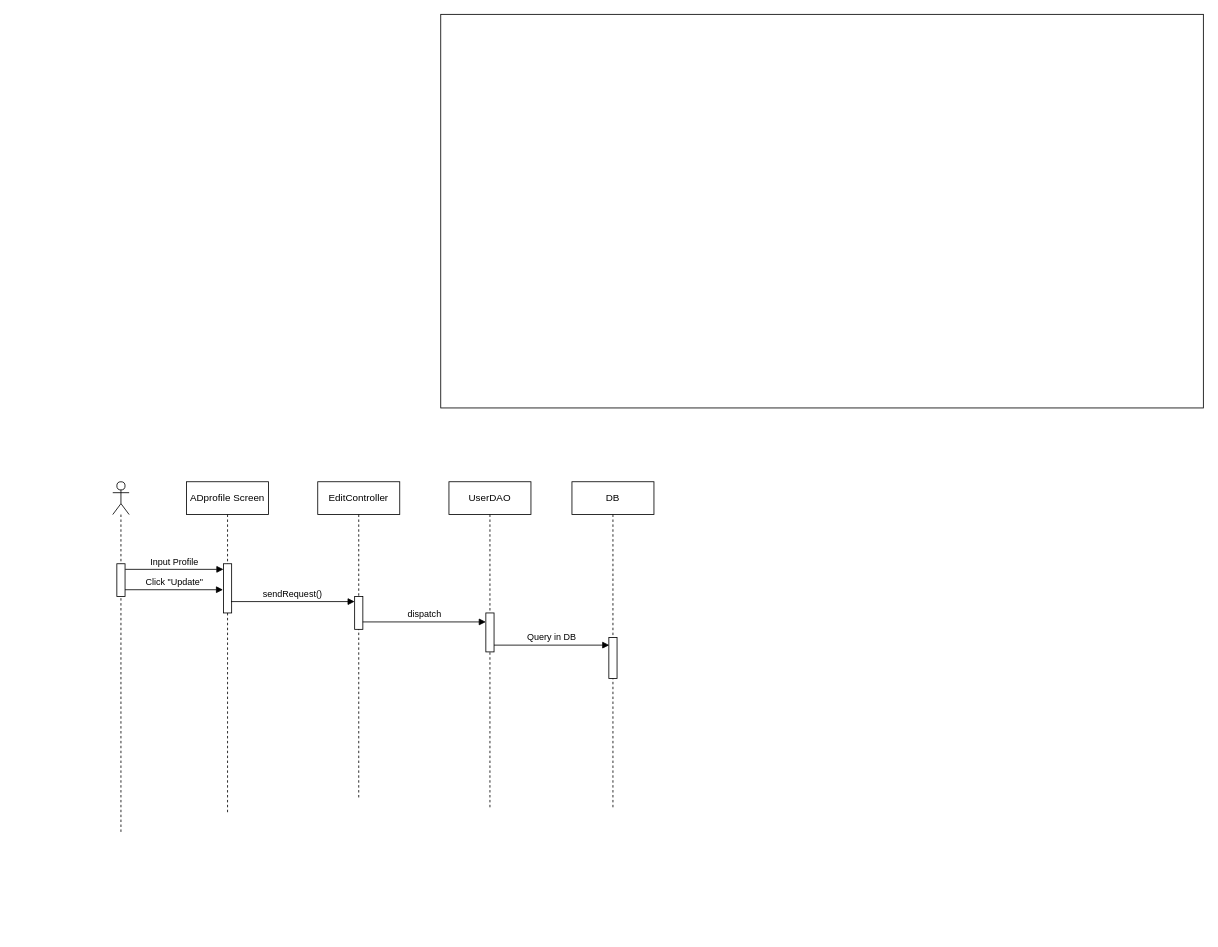
Above: page "Page-6" (6 of 6) of te1.drawio in baspdd/desktop-tutorial (draw.io), before the change. Source tidied: cells renumbered, new cells numbered last; positions are measured from the earlier drawing's top-left corner, leaving out a move shared by most shapes. Both pictures are drawn from the tidied source at 82%, with x=0, y=0 at pixel (112, 14).
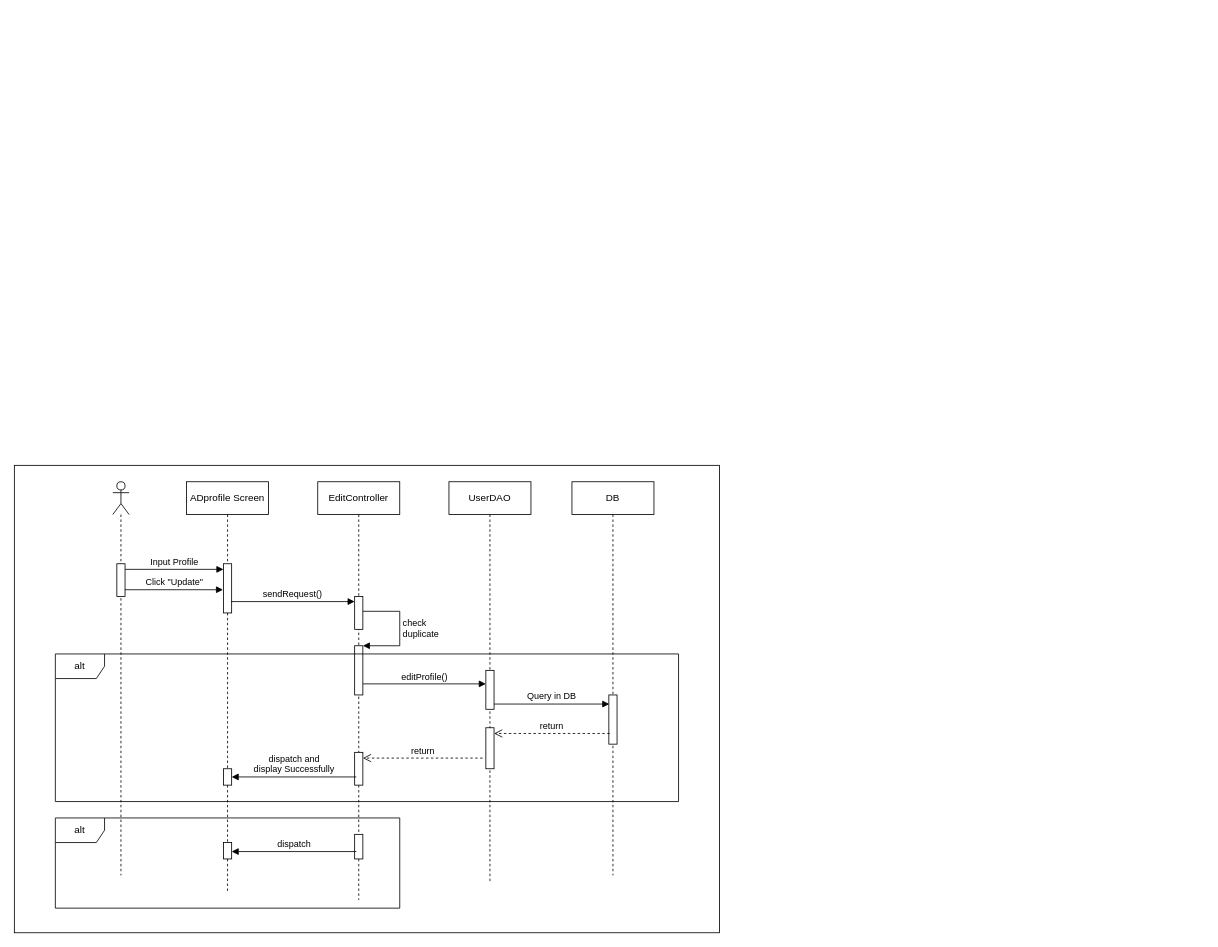
After the change.

The change refers to these unchanged cells:
```xml
<mxCell id="8" style="html=1;points=[];perimeter=orthogonalPerimeter;" parent="7" vertex="1">
  <mxGeometry x="45" y="140" width="10" height="40" as="geometry" />
</mxCell>
```

What changed in the source:
```diff
@@
-    <mxCell id="2" style="rounded=0;whiteSpace=wrap;html=1;" parent="1" vertex="1">
-      <mxGeometry x="400" width="930" height="480" as="geometry" />
-    </mxCell>
+    <mxCell id="18" style="rounded=0;whiteSpace=wrap;html=1;" parent="1" vertex="1">
+      <mxGeometry x="-120" y="550" width="860" height="570" as="geometry" />
+    </mxCell>
     <mxCell id="3" style="shape=umlLifeline;participant=umlActor;perimeter=lifelinePerimeter;whiteSpace=wrap;html=1;verticalAlign=top;spacingTop=36;" parent="1" vertex="1">
-      <mxGeometry y="570" width="20" height="430" as="geometry" />
+      <mxGeometry y="570" width="20" height="480" as="geometry" />
     </mxCell>
@@
     <mxCell id="5" value="ADprofile Screen" style="shape=umlLifeline;perimeter=lifelinePerimeter;whiteSpace=wrap;html=1;" parent="1" vertex="1">
-      <mxGeometry x="90" y="570" width="100" height="405" as="geometry" />
+      <mxGeometry x="90" y="570" width="100" height="500" as="geometry" />
     </mxCell>
@@
+    <mxCell id="19" style="html=1;points=[];perimeter=orthogonalPerimeter;" parent="5" vertex="1">
+      <mxGeometry x="45" y="350" width="10" height="20" as="geometry" />
+    </mxCell>
+    <mxCell id="20" style="html=1;points=[];perimeter=orthogonalPerimeter;" parent="5" vertex="1">
+      <mxGeometry x="45" y="440" width="10" height="20" as="geometry" />
+    </mxCell>
     <mxCell id="7" value="EditController" style="shape=umlLifeline;perimeter=lifelinePerimeter;whiteSpace=wrap;html=1;" parent="1" vertex="1">
-      <mxGeometry x="250" y="570" width="100" height="385" as="geometry" />
+      <mxGeometry x="250" y="570" width="100" height="510" as="geometry" />
     </mxCell>
@@
+    <mxCell id="21" style="html=1;points=[];perimeter=orthogonalPerimeter;" parent="7" vertex="1">
+      <mxGeometry x="45" y="330" width="10" height="40" as="geometry" />
+    </mxCell>
+    <mxCell id="22" style="html=1;points=[];perimeter=orthogonalPerimeter;" parent="7" vertex="1">
+      <mxGeometry x="45" y="200" width="10" height="60" as="geometry" />
+    </mxCell>
+    <mxCell id="23" value="check &lt;br&gt;duplicate" style="edgeStyle=orthogonalEdgeStyle;html=1;align=left;spacingLeft=2;endArrow=block;rounded=0;entryX=1;entryY=0;exitX=1;exitY=0.45;exitDx=0;exitDy=0;exitPerimeter=0;" parent="7" edge="1" source="8" target="22">
+      <mxGeometry relative="1" as="geometry">
+        <Array as="points">
+          <mxPoint x="100" y="158" />
+          <mxPoint x="100" y="200" />
+        </Array>
+      </mxGeometry>
+    </mxCell>
+    <mxCell id="24" style="html=1;points=[];perimeter=orthogonalPerimeter;" parent="7" vertex="1">
+      <mxGeometry x="45" y="430" width="10" height="30" as="geometry" />
+    </mxCell>
     <mxCell id="9" value="UserDAO" style="shape=umlLifeline;perimeter=lifelinePerimeter;whiteSpace=wrap;html=1;" parent="1" vertex="1">
-      <mxGeometry x="410" y="570" width="100" height="400" as="geometry" />
+      <mxGeometry x="410" y="570" width="100" height="490" as="geometry" />
     </mxCell>
     <mxCell id="10" style="html=1;points=[];perimeter=orthogonalPerimeter;" parent="9" vertex="1">
-      <mxGeometry x="45" y="160" width="10" height="47.5" as="geometry" />
+      <mxGeometry x="45" y="230" width="10" height="47.5" as="geometry" />
     </mxCell>
+    <mxCell id="25" style="html=1;points=[];perimeter=orthogonalPerimeter;" parent="9" vertex="1">
+      <mxGeometry x="45" y="300" width="10" height="50" as="geometry" />
+    </mxCell>
     <mxCell id="11" value="DB" style="shape=umlLifeline;perimeter=lifelinePerimeter;whiteSpace=wrap;html=1;" parent="1" vertex="1">
-      <mxGeometry x="560" y="570" width="100" height="400" as="geometry" />
+      <mxGeometry x="560" y="570" width="100" height="480" as="geometry" />
     </mxCell>
-    <mxCell id="12" style="html=1;points=[];perimeter=orthogonalPerimeter;" parent="11" vertex="1">
-      <mxGeometry x="45" y="190" width="10" height="50" as="geometry" />
-    </mxCell>
+    <mxCell id="26" style="html=1;points=[];perimeter=orthogonalPerimeter;" parent="11" vertex="1">
+      <mxGeometry x="45" y="260" width="10" height="60" as="geometry" />
+    </mxCell>
@@
-    <mxCell id="16" value="dispatch" style="html=1;verticalAlign=bottom;endArrow=block;rounded=0;exitX=0.986;exitY=0.774;exitDx=0;exitDy=0;exitPerimeter=0;" parent="1" edge="1" source="8" target="10">
+    <mxCell id="16" value="editProfile()" style="html=1;verticalAlign=bottom;endArrow=block;rounded=0;exitX=1;exitY=0.775;exitDx=0;exitDy=0;exitPerimeter=0;" parent="1" edge="1" source="22" target="10">
       <mxGeometry relative="1" as="geometry" />
     </mxCell>
-    <mxCell id="17" value="Query in DB" style="html=1;verticalAlign=bottom;endArrow=block;rounded=0;entryX=0.055;entryY=0.185;entryDx=0;entryDy=0;entryPerimeter=0;" parent="1" edge="1" source="10" target="12">
+    <mxCell id="17" value="Query in DB" style="html=1;verticalAlign=bottom;endArrow=block;rounded=0;entryX=0.055;entryY=0.185;entryDx=0;entryDy=0;entryPerimeter=0;" parent="1" edge="1" source="10" target="26">
       <mxGeometry relative="1" as="geometry" />
     </mxCell>
+    <mxCell id="27" value="return" style="html=1;verticalAlign=bottom;endArrow=open;dashed=1;endSize=8;rounded=0;exitX=0.1;exitY=0.783;exitDx=0;exitDy=0;exitPerimeter=0;" parent="1" edge="1" source="26" target="25">
+      <mxGeometry relative="1" as="geometry" />
+    </mxCell>
+    <mxCell id="28" value="return" style="html=1;verticalAlign=bottom;endArrow=open;dashed=1;endSize=8;rounded=0;exitX=-0.4;exitY=0.74;exitDx=0;exitDy=0;exitPerimeter=0;" parent="1" edge="1" source="25" target="21">
+      <mxGeometry relative="1" as="geometry" />
+    </mxCell>
+    <mxCell id="29" value="dispatch and &lt;br&gt;display Successfully" style="html=1;verticalAlign=bottom;endArrow=block;rounded=0;exitX=0.2;exitY=0.75;exitDx=0;exitDy=0;exitPerimeter=0;" parent="1" edge="1" source="21" target="19">
+      <mxGeometry relative="1" as="geometry" />
+    </mxCell>
+    <mxCell id="30" value="dispatch" style="html=1;verticalAlign=bottom;endArrow=block;rounded=0;exitX=0.2;exitY=0.7;exitDx=0;exitDy=0;exitPerimeter=0;" parent="1" edge="1" source="24" target="20">
+      <mxGeometry relative="1" as="geometry" />
+    </mxCell>
+    <mxCell id="31" value="alt" style="shape=umlFrame;whiteSpace=wrap;html=1;" parent="1" vertex="1">
+      <mxGeometry x="-70" y="780" width="760" height="180" as="geometry" />
+    </mxCell>
+    <mxCell id="32" value="alt" style="shape=umlFrame;whiteSpace=wrap;html=1;" parent="1" vertex="1">
+      <mxGeometry x="-70" y="980" width="420" height="110" as="geometry" />
+    </mxCell>
```
